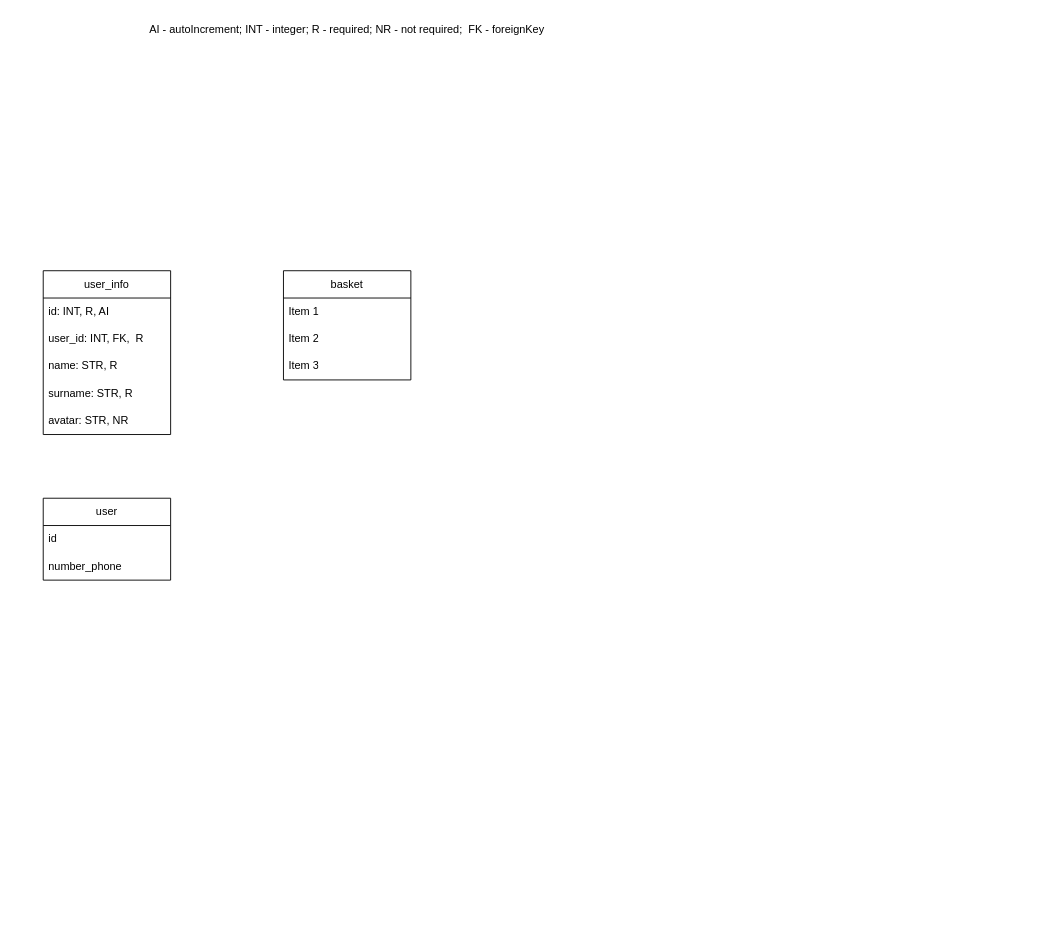
Kiper02/ninja-sushi keeps this draw.io diagram as Диаграмма без названия.drawio. Above is the earlier version. Source tidied: cells renumbered, new cells numbered last; positions are measured from the earlier drawing's top-left corner, leaving out a move shared by most shapes. Both pictures are drawn from the tidied source at 91%, with x=0, y=0 at pixel (15, 15).
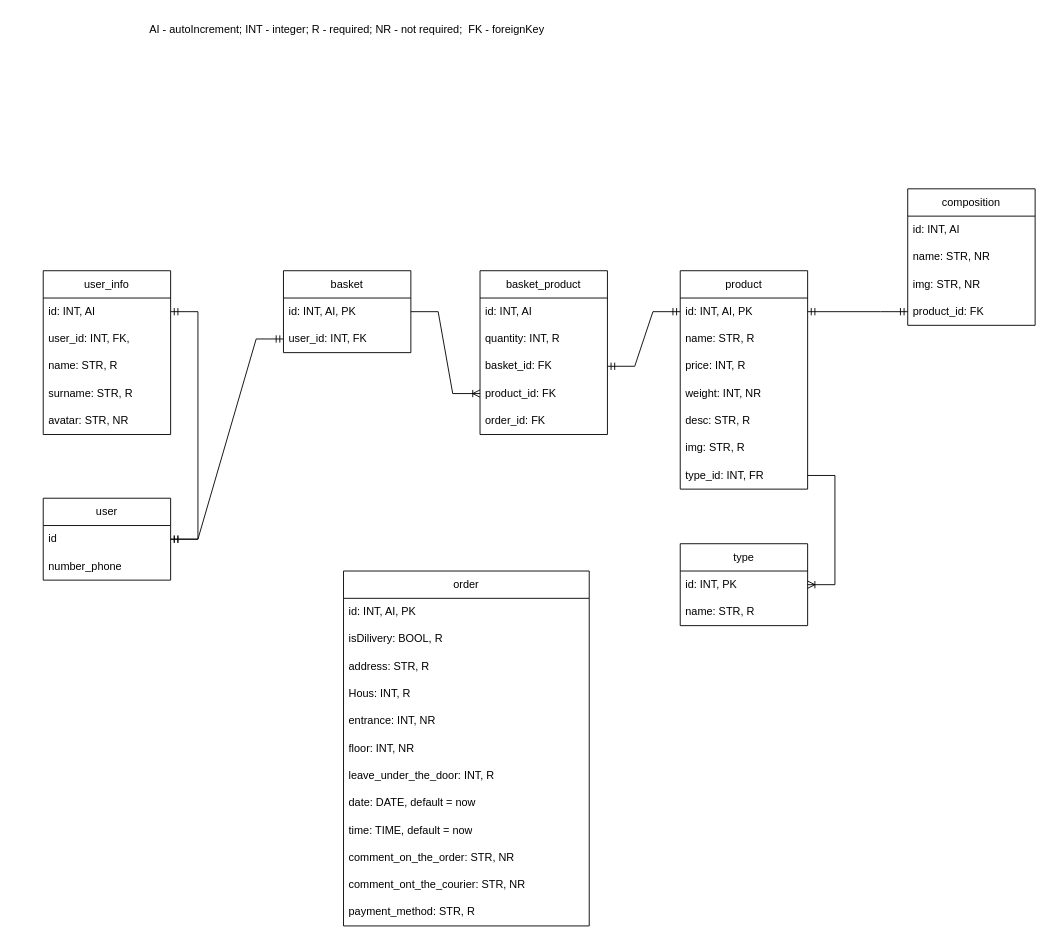
The same page after the edit.

Unchanged cells that the change refers to:
```xml
<mxCell id="3" value="id" style="text;strokeColor=none;fillColor=none;align=left;verticalAlign=middle;spacingLeft=4;spacingRight=4;overflow=hidden;points=[[0,0.5],[1,0.5]];portConstraint=eastwest;whiteSpace=wrap;html=1;" parent="2" vertex="1">
  <mxGeometry y="30" width="140" height="30" as="geometry" />
</mxCell>
<mxCell id="5" value="user_info" style="swimlane;fontStyle=0;horizontal=1;startSize=30;whiteSpace=wrap;html=1;" parent="1" vertex="1">
  <mxGeometry x="30" y="280" width="140" height="180" as="geometry" />
</mxCell>
```

The edit, as a diff of the source:
```diff
@@
-    <mxCell id="6" value="id: INT, R, AI" style="text;strokeColor=none;fillColor=none;align=left;verticalAlign=middle;spacingLeft=4;spacingRight=4;overflow=hidden;points=[[0,0.5],[1,0.5]];portConstraint=eastwest;whiteSpace=wrap;html=1;" parent="5" vertex="1">
+    <mxCell id="6" value="id: INT, AI" style="text;strokeColor=none;fillColor=none;align=left;verticalAlign=middle;spacingLeft=4;spacingRight=4;overflow=hidden;points=[[0,0.5],[1,0.5]];portConstraint=eastwest;whiteSpace=wrap;html=1;" parent="5" vertex="1">
       <mxGeometry y="30" width="140" height="30" as="geometry" />
     </mxCell>
-    <mxCell id="7" value="user_id: INT, FK,&amp;nbsp; R" style="text;strokeColor=none;fillColor=none;align=left;verticalAlign=middle;spacingLeft=4;spacingRight=4;overflow=hidden;whiteSpace=wrap;html=1;" parent="5" vertex="1">
+    <mxCell id="7" value="user_id: INT, FK, " style="text;strokeColor=none;fillColor=none;align=left;verticalAlign=middle;spacingLeft=4;spacingRight=4;overflow=hidden;whiteSpace=wrap;html=1;" parent="5" vertex="1">
       <mxGeometry y="60" width="140" height="30" as="geometry" />
     </mxCell>
@@
     <mxCell id="12" value="basket" style="swimlane;fontStyle=0;horizontal=1;startSize=30;whiteSpace=wrap;html=1;" parent="1" vertex="1">
-      <mxGeometry x="294" y="280" width="140" height="120" as="geometry" />
+      <mxGeometry x="294" y="280" width="140" height="90" as="geometry" />
     </mxCell>
-    <mxCell id="13" value="Item 1" style="text;strokeColor=none;fillColor=none;align=left;verticalAlign=middle;spacingLeft=4;spacingRight=4;overflow=hidden;points=[[0,0.5],[1,0.5]];portConstraint=eastwest;whiteSpace=wrap;html=1;" parent="12" vertex="1">
+    <mxCell id="13" value="id: INT, AI, PK" style="text;strokeColor=none;fillColor=none;align=left;verticalAlign=middle;spacingLeft=4;spacingRight=4;overflow=hidden;points=[[0,0.5],[1,0.5]];portConstraint=eastwest;whiteSpace=wrap;html=1;" parent="12" vertex="1">
       <mxGeometry y="30" width="140" height="30" as="geometry" />
     </mxCell>
-    <mxCell id="14" value="Item 2" style="text;strokeColor=none;fillColor=none;align=left;verticalAlign=middle;spacingLeft=4;spacingRight=4;overflow=hidden;points=[[0,0.5],[1,0.5]];portConstraint=eastwest;whiteSpace=wrap;html=1;" parent="12" vertex="1">
+    <mxCell id="14" value="user_id: INT, FK" style="text;strokeColor=none;fillColor=none;align=left;verticalAlign=middle;spacingLeft=4;spacingRight=4;overflow=hidden;points=[[0,0.5],[1,0.5]];portConstraint=eastwest;whiteSpace=wrap;html=1;" parent="12" vertex="1">
       <mxGeometry y="60" width="140" height="30" as="geometry" />
     </mxCell>
-    <mxCell id="15" value="Item 3" style="text;strokeColor=none;fillColor=none;align=left;verticalAlign=middle;spacingLeft=4;spacingRight=4;overflow=hidden;whiteSpace=wrap;html=1;" parent="12" vertex="1">
-      <mxGeometry y="90" width="140" height="30" as="geometry" />
-    </mxCell>
+    <mxCell id="16" value="basket_product" style="swimlane;fontStyle=0;horizontal=1;startSize=30;whiteSpace=wrap;html=1;" parent="1" vertex="1">
+      <mxGeometry x="510" y="280" width="140" height="180" as="geometry" />
+    </mxCell>
+    <mxCell id="17" value="id: INT, AI" style="text;strokeColor=none;fillColor=none;align=left;verticalAlign=middle;spacingLeft=4;spacingRight=4;overflow=hidden;whiteSpace=wrap;html=1;" parent="16" vertex="1">
+      <mxGeometry y="30" width="140" height="30" as="geometry" />
+    </mxCell>
+    <mxCell id="18" value="quantity: INT, R" style="text;strokeColor=none;fillColor=none;align=left;verticalAlign=middle;spacingLeft=4;spacingRight=4;overflow=hidden;whiteSpace=wrap;html=1;" parent="16" vertex="1">
+      <mxGeometry y="60" width="140" height="30" as="geometry" />
+    </mxCell>
+    <mxCell id="19" value="basket_id: FK" style="text;strokeColor=none;fillColor=none;align=left;verticalAlign=middle;spacingLeft=4;spacingRight=4;overflow=hidden;points=[[0,0.5],[1,0.5]];portConstraint=eastwest;whiteSpace=wrap;html=1;" parent="16" vertex="1">
+      <mxGeometry y="90" width="140" height="30" as="geometry" />
+    </mxCell>
+    <mxCell id="20" value="product_id: FK" style="text;strokeColor=none;fillColor=none;align=left;verticalAlign=middle;spacingLeft=4;spacingRight=4;overflow=hidden;points=[[0,0.5],[1,0.5]];portConstraint=eastwest;whiteSpace=wrap;html=1;" parent="16" vertex="1">
+      <mxGeometry y="120" width="140" height="30" as="geometry" />
+    </mxCell>
+    <mxCell id="21" value="order_id: FK" style="text;strokeColor=none;fillColor=none;align=left;verticalAlign=middle;spacingLeft=4;spacingRight=4;overflow=hidden;whiteSpace=wrap;html=1;" parent="16" vertex="1">
+      <mxGeometry y="150" width="140" height="30" as="geometry" />
+    </mxCell>
+    <mxCell id="22" value="product" style="swimlane;fontStyle=0;horizontal=1;startSize=30;whiteSpace=wrap;html=1;" parent="1" vertex="1">
+      <mxGeometry x="730" y="280" width="140" height="240" as="geometry" />
+    </mxCell>
+    <mxCell id="23" value="id: INT, AI, PK" style="text;strokeColor=none;fillColor=none;align=left;verticalAlign=middle;spacingLeft=4;spacingRight=4;overflow=hidden;points=[[0,0.5],[1,0.5]];portConstraint=eastwest;whiteSpace=wrap;html=1;" parent="22" vertex="1">
+      <mxGeometry y="30" width="140" height="30" as="geometry" />
+    </mxCell>
+    <mxCell id="24" value="name: STR, R" style="text;strokeColor=none;fillColor=none;align=left;verticalAlign=middle;spacingLeft=4;spacingRight=4;overflow=hidden;whiteSpace=wrap;html=1;" parent="22" vertex="1">
+      <mxGeometry y="60" width="140" height="30" as="geometry" />
+    </mxCell>
+    <mxCell id="25" value="price: INT, R" style="text;strokeColor=none;fillColor=none;align=left;verticalAlign=middle;spacingLeft=4;spacingRight=4;overflow=hidden;whiteSpace=wrap;html=1;" parent="22" vertex="1">
+      <mxGeometry y="90" width="140" height="30" as="geometry" />
+    </mxCell>
+    <mxCell id="26" value="weight: INT, NR" style="text;strokeColor=none;fillColor=none;align=left;verticalAlign=middle;spacingLeft=4;spacingRight=4;overflow=hidden;whiteSpace=wrap;html=1;" parent="22" vertex="1">
+      <mxGeometry y="120" width="140" height="30" as="geometry" />
+    </mxCell>
+    <mxCell id="27" value="desc: STR, R" style="text;strokeColor=none;fillColor=none;align=left;verticalAlign=middle;spacingLeft=4;spacingRight=4;overflow=hidden;whiteSpace=wrap;html=1;" parent="22" vertex="1">
+      <mxGeometry y="150" width="140" height="30" as="geometry" />
+    </mxCell>
+    <mxCell id="28" value="&lt;div&gt;img: STR, R&lt;/div&gt;" style="text;strokeColor=none;fillColor=none;align=left;verticalAlign=middle;spacingLeft=4;spacingRight=4;overflow=hidden;whiteSpace=wrap;html=1;" parent="22" vertex="1">
+      <mxGeometry y="180" width="140" height="30" as="geometry" />
+    </mxCell>
+    <mxCell id="29" value="type_id: INT, FR" style="text;strokeColor=none;fillColor=none;align=left;verticalAlign=middle;spacingLeft=4;spacingRight=4;overflow=hidden;points=[[0,0.5],[1,0.5]];portConstraint=eastwest;whiteSpace=wrap;html=1;" parent="22" vertex="1">
+      <mxGeometry y="210" width="140" height="30" as="geometry" />
+    </mxCell>
+    <mxCell id="30" value="type" style="swimlane;fontStyle=0;horizontal=1;startSize=30;whiteSpace=wrap;html=1;" parent="1" vertex="1">
+      <mxGeometry x="730" y="580" width="140" height="90" as="geometry" />
+    </mxCell>
+    <mxCell id="31" value="id: INT, PK" style="text;strokeColor=none;fillColor=none;align=left;verticalAlign=middle;spacingLeft=4;spacingRight=4;overflow=hidden;points=[[0,0.5],[1,0.5]];portConstraint=eastwest;whiteSpace=wrap;html=1;" parent="30" vertex="1">
+      <mxGeometry y="30" width="140" height="30" as="geometry" />
+    </mxCell>
+    <mxCell id="32" value="name: STR, R" style="text;strokeColor=none;fillColor=none;align=left;verticalAlign=middle;spacingLeft=4;spacingRight=4;overflow=hidden;whiteSpace=wrap;html=1;" parent="30" vertex="1">
+      <mxGeometry y="60" width="140" height="30" as="geometry" />
+    </mxCell>
+    <mxCell id="33" value="composition" style="swimlane;fontStyle=0;horizontal=1;startSize=30;whiteSpace=wrap;html=1;" parent="1" vertex="1">
+      <mxGeometry x="980" y="190" width="140" height="150" as="geometry" />
+    </mxCell>
+    <mxCell id="34" value="id: INT, AI" style="text;strokeColor=none;fillColor=none;align=left;verticalAlign=middle;spacingLeft=4;spacingRight=4;overflow=hidden;whiteSpace=wrap;html=1;" parent="33" vertex="1">
+      <mxGeometry y="30" width="140" height="30" as="geometry" />
+    </mxCell>
+    <mxCell id="35" value="name: STR, NR" style="text;strokeColor=none;fillColor=none;align=left;verticalAlign=middle;spacingLeft=4;spacingRight=4;overflow=hidden;whiteSpace=wrap;html=1;" parent="33" vertex="1">
+      <mxGeometry y="60" width="140" height="30" as="geometry" />
+    </mxCell>
+    <mxCell id="36" value="img: STR, NR" style="text;strokeColor=none;fillColor=none;align=left;verticalAlign=middle;spacingLeft=4;spacingRight=4;overflow=hidden;whiteSpace=wrap;html=1;" parent="33" vertex="1">
+      <mxGeometry y="90" width="140" height="30" as="geometry" />
+    </mxCell>
+    <mxCell id="37" value="product_id: FK" style="text;strokeColor=none;fillColor=none;align=left;verticalAlign=middle;spacingLeft=4;spacingRight=4;overflow=hidden;points=[[0,0.5],[1,0.5]];portConstraint=eastwest;whiteSpace=wrap;html=1;" parent="33" vertex="1">
+      <mxGeometry y="120" width="140" height="30" as="geometry" />
+    </mxCell>
+    <mxCell id="38" value="order" style="swimlane;fontStyle=0;horizontal=1;startSize=30;whiteSpace=wrap;html=1;" parent="1" vertex="1">
+      <mxGeometry x="360" y="610" width="270" height="390" as="geometry" />
+    </mxCell>
+    <mxCell id="39" value="id: INT, AI, PK" style="text;strokeColor=none;fillColor=none;align=left;verticalAlign=middle;spacingLeft=4;spacingRight=4;overflow=hidden;whiteSpace=wrap;html=1;" parent="38" vertex="1">
+      <mxGeometry y="30" width="270" height="30" as="geometry" />
+    </mxCell>
+    <mxCell id="40" value="isDilivery: BOOL, R" style="text;strokeColor=none;fillColor=none;align=left;verticalAlign=middle;spacingLeft=4;spacingRight=4;overflow=hidden;whiteSpace=wrap;html=1;" parent="38" vertex="1">
+      <mxGeometry y="60" width="270" height="30" as="geometry" />
+    </mxCell>
+    <mxCell id="41" value="address: STR, R" style="text;strokeColor=none;fillColor=none;align=left;verticalAlign=middle;spacingLeft=4;spacingRight=4;overflow=hidden;whiteSpace=wrap;html=1;" parent="38" vertex="1">
+      <mxGeometry y="90" width="270" height="30" as="geometry" />
+    </mxCell>
+    <mxCell id="42" value="Hous: INT, R" style="text;strokeColor=none;fillColor=none;align=left;verticalAlign=middle;spacingLeft=4;spacingRight=4;overflow=hidden;whiteSpace=wrap;html=1;" parent="38" vertex="1">
+      <mxGeometry y="120" width="270" height="30" as="geometry" />
+    </mxCell>
+    <mxCell id="43" value="entrance: INT, NR" style="text;strokeColor=none;fillColor=none;align=left;verticalAlign=middle;spacingLeft=4;spacingRight=4;overflow=hidden;whiteSpace=wrap;html=1;" parent="38" vertex="1">
+      <mxGeometry y="150" width="270" height="30" as="geometry" />
+    </mxCell>
+    <mxCell id="44" value="floor: INT, NR" style="text;strokeColor=none;fillColor=none;align=left;verticalAlign=middle;spacingLeft=4;spacingRight=4;overflow=hidden;whiteSpace=wrap;html=1;" parent="38" vertex="1">
+      <mxGeometry y="180" width="270" height="30" as="geometry" />
+    </mxCell>
+    <mxCell id="45" value="leave_under_the_door: INT, R" style="text;strokeColor=none;fillColor=none;align=left;verticalAlign=middle;spacingLeft=4;spacingRight=4;overflow=hidden;whiteSpace=wrap;html=1;" parent="38" vertex="1">
+      <mxGeometry y="210" width="270" height="30" as="geometry" />
+    </mxCell>
+    <mxCell id="46" value="date: DATE, default = now" style="text;strokeColor=none;fillColor=none;align=left;verticalAlign=middle;spacingLeft=4;spacingRight=4;overflow=hidden;whiteSpace=wrap;html=1;" parent="38" vertex="1">
+      <mxGeometry y="240" width="270" height="30" as="geometry" />
+    </mxCell>
+    <mxCell id="47" value="time: TIME, default = now" style="text;strokeColor=none;fillColor=none;align=left;verticalAlign=middle;spacingLeft=4;spacingRight=4;overflow=hidden;whiteSpace=wrap;html=1;" parent="38" vertex="1">
+      <mxGeometry y="270" width="270" height="30" as="geometry" />
+    </mxCell>
+    <mxCell id="48" value="comment_on_the_order: STR, NR" style="text;strokeColor=none;fillColor=none;align=left;verticalAlign=middle;spacingLeft=4;spacingRight=4;overflow=hidden;whiteSpace=wrap;html=1;" parent="38" vertex="1">
+      <mxGeometry y="300" width="270" height="30" as="geometry" />
+    </mxCell>
+    <mxCell id="49" value="comment_ont_the_courier: STR, NR" style="text;strokeColor=none;fillColor=none;align=left;verticalAlign=middle;spacingLeft=4;spacingRight=4;overflow=hidden;whiteSpace=wrap;html=1;" parent="38" vertex="1">
+      <mxGeometry y="330" width="270" height="30" as="geometry" />
+    </mxCell>
+    <mxCell id="50" value="payment_method: STR, R" style="text;strokeColor=none;fillColor=none;align=left;verticalAlign=middle;spacingLeft=4;spacingRight=4;overflow=hidden;whiteSpace=wrap;html=1;" parent="38" vertex="1">
+      <mxGeometry y="360" width="270" height="30" as="geometry" />
+    </mxCell>
+    <mxCell id="51" style="edgeStyle=entityRelationEdgeStyle;fontSize=12;html=1;endArrow=ERmandOne;startArrow=ERmandOne;rounded=0;" parent="1" edge="1" source="3" target="6">
+      <mxGeometry relative="1" as="geometry" />
+    </mxCell>
+    <mxCell id="52" style="edgeStyle=entityRelationEdgeStyle;fontSize=12;html=1;endArrow=ERmandOne;startArrow=ERmandOne;rounded=0;" parent="1" edge="1" source="3" target="14">
+      <mxGeometry relative="1" as="geometry" />
+    </mxCell>
+    <mxCell id="53" style="edgeStyle=entityRelationEdgeStyle;fontSize=12;html=1;endArrow=ERoneToMany;rounded=0;" parent="1" edge="1" source="13" target="20">
+      <mxGeometry relative="1" as="geometry" />
+    </mxCell>
+    <mxCell id="54" style="edgeStyle=entityRelationEdgeStyle;fontSize=12;html=1;endArrow=ERmandOne;startArrow=ERmandOne;rounded=0;" parent="1" edge="1" source="19" target="23">
+      <mxGeometry relative="1" as="geometry" />
+    </mxCell>
+    <mxCell id="55" style="edgeStyle=entityRelationEdgeStyle;fontSize=12;html=1;endArrow=ERmandOne;startArrow=ERmandOne;rounded=0;" parent="1" edge="1" source="23" target="37">
+      <mxGeometry relative="1" as="geometry" />
+    </mxCell>
+    <mxCell id="56" style="edgeStyle=entityRelationEdgeStyle;fontSize=12;html=1;endArrow=ERoneToMany;rounded=0;" parent="1" edge="1" source="29" target="31">
+      <mxGeometry relative="1" as="geometry" />
+    </mxCell>
```
